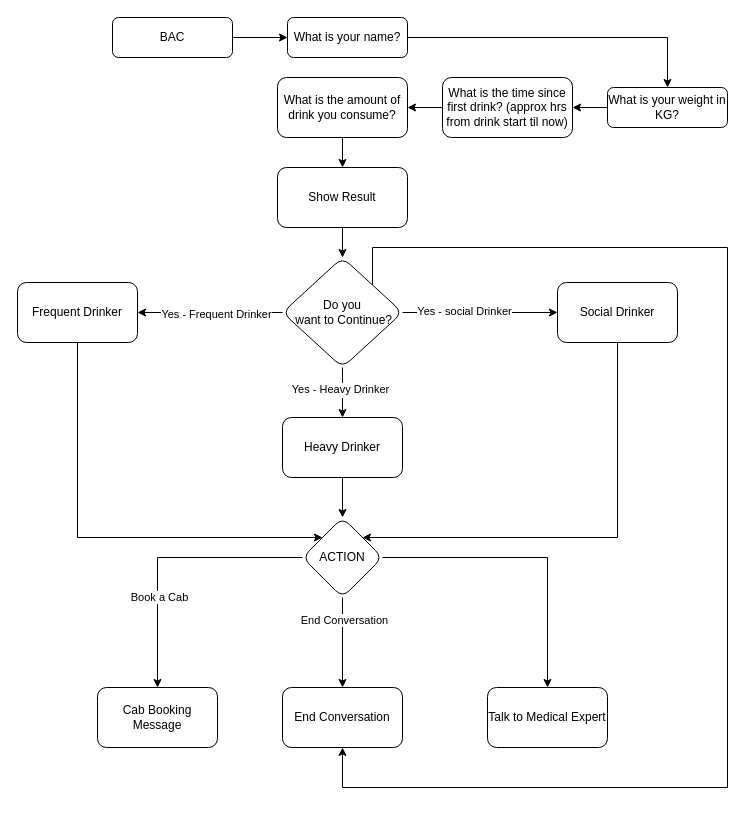
jigneshadesara90/tdm-diagram keeps this draw.io diagram as DUI-v2.drawio. Above is the earlier version. Source tidied: cells renumbered, new cells numbered last; positions are measured from the earlier drawing's top-left corner, leaving out a move shared by most shapes. Both pictures are drawn from the tidied source at 100%, with x=0, y=0 at pixel (17, 17).
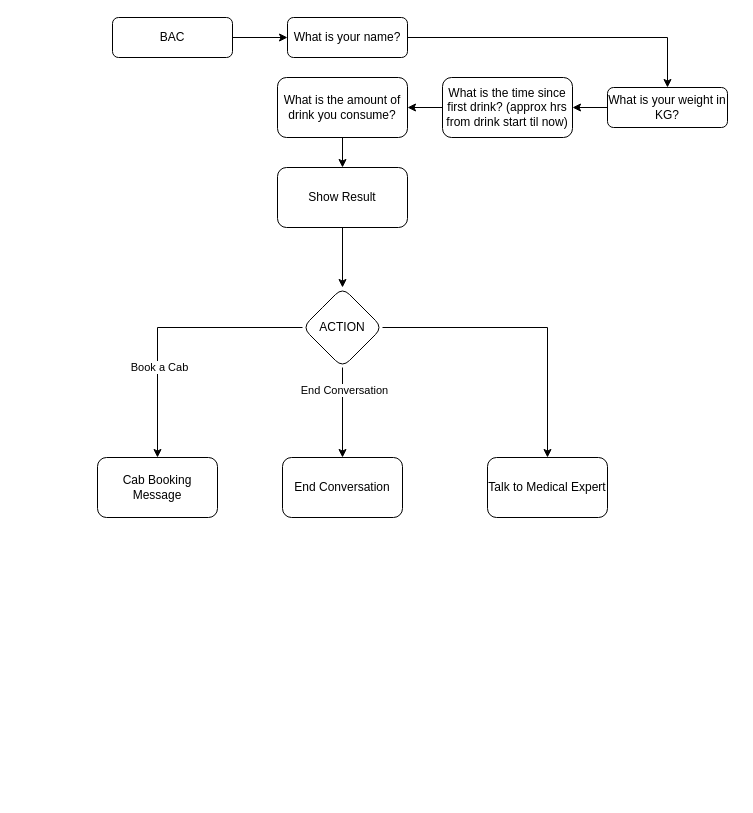
The same diagram, later.

The change refers to these unchanged cells:
```xml
<mxCell id="14" value="Show Result" style="rounded=1;whiteSpace=wrap;html=1;fontSize=12;glass=0;strokeWidth=1;shadow=0;" parent="1" vertex="1">
  <mxGeometry x="260" y="150" width="130" height="60" as="geometry" />
</mxCell>
```

Change to the diagram source:
```diff
@@
-    <mxCell id="13" style="edgeStyle=orthogonalEdgeStyle;rounded=0;jettySize=auto;html=1;" parent="1" edge="1" source="14" target="23">
-      <mxGeometry relative="1" as="geometry" />
-    </mxCell>
@@
-    <mxCell id="15" style="edgeStyle=orthogonalEdgeStyle;rounded=0;jettySize=auto;html=1;" parent="1" edge="1" source="23" target="25">
-      <mxGeometry relative="1" as="geometry" />
+    <mxCell id="15" style="edgeStyle=orthogonalEdgeStyle;rounded=0;orthogonalLoop=1;jettySize=auto;html=1;" parent="1" edge="1">
+      <mxGeometry relative="1" as="geometry">
+        <mxPoint x="265" y="295" as="sourcePoint" />
+      </mxGeometry>
     </mxCell>
-    <mxCell id="16" value="Yes - Frequent Drinker" style="edgeLabel;html=1;align=center;verticalAlign=middle;" parent="15" vertex="1">
-      <mxGeometry x="0.2" y="1" relative="1" as="geometry">
-        <mxPoint x="20" as="offset" />
-      </mxGeometry>
-    </mxCell>
-    <mxCell id="17" style="edgeStyle=orthogonalEdgeStyle;rounded=0;jettySize=auto;html=1;" parent="1" edge="1" source="23" target="27">
-      <mxGeometry relative="1" as="geometry" />
+    <mxCell id="17" style="edgeStyle=orthogonalEdgeStyle;rounded=0;orthogonalLoop=1;jettySize=auto;html=1;" parent="1" edge="1">
+      <mxGeometry relative="1" as="geometry">
+        <mxPoint x="325" y="400" as="targetPoint" />
+      </mxGeometry>
     </mxCell>
@@
-    <mxCell id="20" style="edgeStyle=orthogonalEdgeStyle;rounded=0;jettySize=auto;html=1;" parent="1" edge="1" source="23" target="29">
-      <mxGeometry relative="1" as="geometry" />
+    <mxCell id="20" style="edgeStyle=orthogonalEdgeStyle;rounded=0;orthogonalLoop=1;jettySize=auto;html=1;" parent="1" edge="1">
+      <mxGeometry relative="1" as="geometry">
+        <mxPoint x="385" y="295" as="sourcePoint" />
+      </mxGeometry>
     </mxCell>
@@
-    <mxCell id="22" style="edgeStyle=orthogonalEdgeStyle;rounded=0;jettySize=auto;html=1;exitX=1;exitY=0;exitDx=0;exitDy=0;" parent="1" edge="1" source="23" target="37">
-      <mxGeometry relative="1" as="geometry">
-        <Array as="points">
-          <mxPoint x="355" y="230" />
-          <mxPoint x="710" y="230" />
-          <mxPoint x="710" y="770" />
-          <mxPoint x="325" y="770" />
-        </Array>
-      </mxGeometry>
-    </mxCell>
-    <mxCell id="23" value="Do you&lt;br&gt;&amp;nbsp;want to Continue?" style="rhombus;whiteSpace=wrap;html=1;rounded=1;glass=0;strokeWidth=1;shadow=0;" parent="1" vertex="1">
-      <mxGeometry x="265" y="240" width="120" height="110" as="geometry" />
-    </mxCell>
-    <mxCell id="24" style="edgeStyle=orthogonalEdgeStyle;rounded=0;jettySize=auto;html=1;entryX=0;entryY=0;entryDx=0;entryDy=0;" parent="1" edge="1" source="25" target="35">
-      <mxGeometry relative="1" as="geometry">
-        <Array as="points">
-          <mxPoint x="60" y="520" />
-        </Array>
-      </mxGeometry>
-    </mxCell>
-    <mxCell id="25" value="Frequent Drinker" style="whiteSpace=wrap;html=1;rounded=1;glass=0;strokeWidth=1;shadow=0;" parent="1" vertex="1">
-      <mxGeometry y="265" width="120" height="60" as="geometry" />
-    </mxCell>
-    <mxCell id="26" style="edgeStyle=orthogonalEdgeStyle;rounded=0;jettySize=auto;html=1;" parent="1" edge="1" source="27" target="35">
+    <mxCell id="26" style="edgeStyle=orthogonalEdgeStyle;rounded=0;jettySize=auto;html=1;exitX=0.5;exitY=1;exitDx=0;exitDy=0;" parent="1" edge="1" source="14" target="35">
       <mxGeometry relative="1" as="geometry" />
     </mxCell>
-    <mxCell id="27" value="Heavy Drinker" style="whiteSpace=wrap;html=1;rounded=1;glass=0;strokeWidth=1;shadow=0;" parent="1" vertex="1">
-      <mxGeometry x="265" y="400" width="120" height="60" as="geometry" />
-    </mxCell>
-    <mxCell id="28" style="edgeStyle=orthogonalEdgeStyle;rounded=0;jettySize=auto;html=1;entryX=1;entryY=0;entryDx=0;entryDy=0;" parent="1" edge="1" source="29" target="35">
-      <mxGeometry relative="1" as="geometry">
-        <Array as="points">
-          <mxPoint x="600" y="520" />
-        </Array>
-      </mxGeometry>
-    </mxCell>
-    <mxCell id="29" value="Social Drinker" style="whiteSpace=wrap;html=1;rounded=1;glass=0;strokeWidth=1;shadow=0;" parent="1" vertex="1">
-      <mxGeometry x="540" y="265" width="120" height="60" as="geometry" />
-    </mxCell>
@@
     <mxCell id="35" value="ACTION" style="rhombus;whiteSpace=wrap;html=1;rounded=1;glass=0;strokeWidth=1;shadow=0;" parent="1" vertex="1">
-      <mxGeometry x="285" y="500" width="80" height="80" as="geometry" />
+      <mxGeometry x="285" y="270" width="80" height="80" as="geometry" />
     </mxCell>
     <mxCell id="36" value="Cab Booking Message" style="whiteSpace=wrap;html=1;rounded=1;glass=0;strokeWidth=1;shadow=0;" parent="1" vertex="1">
-      <mxGeometry x="80" y="670" width="120" height="60" as="geometry" />
+      <mxGeometry x="80" y="440" width="120" height="60" as="geometry" />
     </mxCell>
     <mxCell id="37" value="End Conversation" style="whiteSpace=wrap;html=1;rounded=1;glass=0;strokeWidth=1;shadow=0;" parent="1" vertex="1">
-      <mxGeometry x="265" y="670" width="120" height="60" as="geometry" />
+      <mxGeometry x="265" y="440" width="120" height="60" as="geometry" />
     </mxCell>
     <mxCell id="38" value="Talk to Medical Expert" style="whiteSpace=wrap;html=1;rounded=1;glass=0;strokeWidth=1;shadow=0;" parent="1" vertex="1">
-      <mxGeometry x="470" y="670" width="120" height="60" as="geometry" />
+      <mxGeometry x="470" y="440" width="120" height="60" as="geometry" />
     </mxCell>
```
